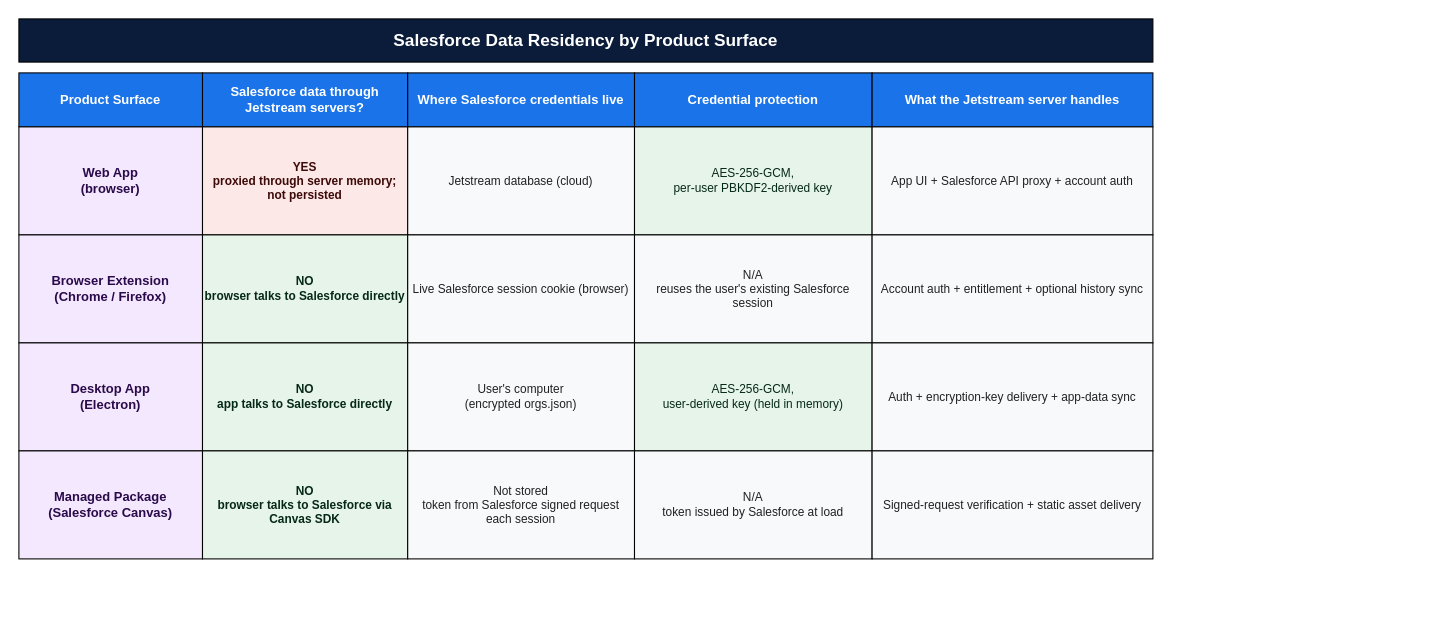
Earlier version of the draw.io diagram docs/security/data-flow-diagrams/01-data-residency.drawio (jetstreamapp/jetstream). Source tidied: cells renumbered, new cells numbered last; positions are measured from the earlier drawing's top-left corner, leaving out a move shared by most shapes. Both pictures are drawn from the tidied source at 108%, with x=0, y=0 at pixel (18, 18).
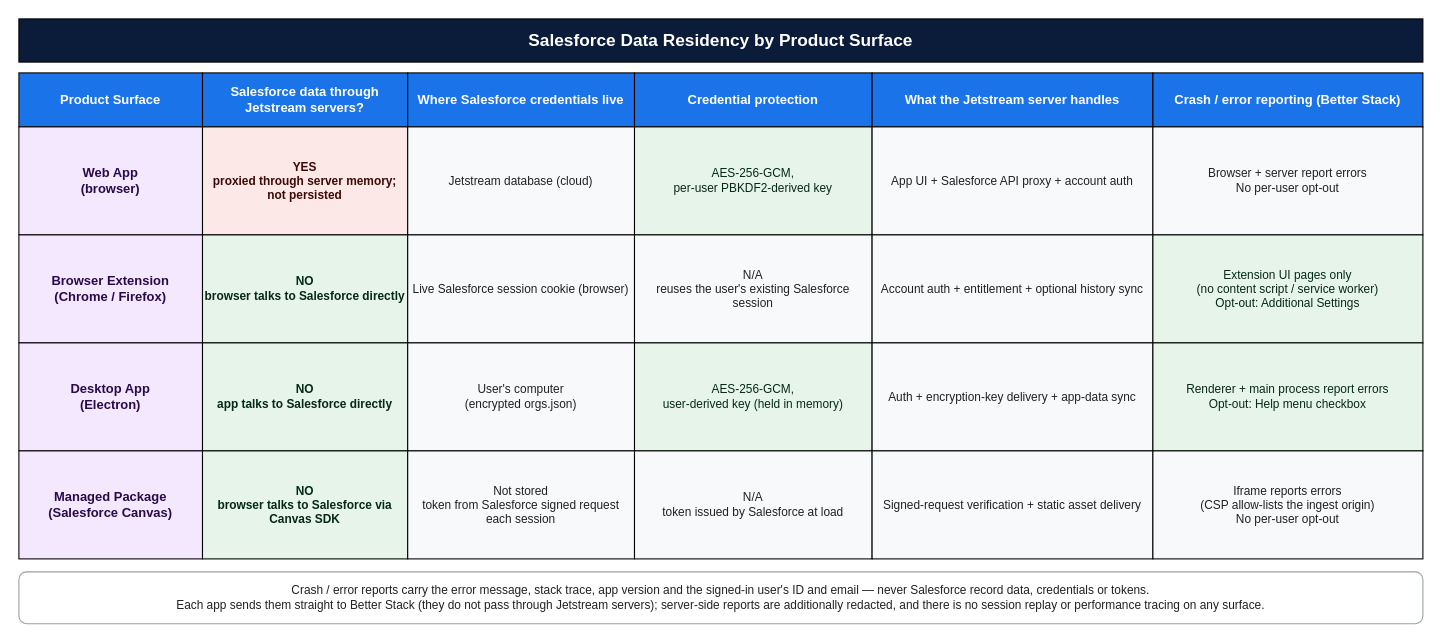
After the change.

Diff of the diagram source:
```diff
@@
     <mxCell id="2" value="Salesforce Data Residency by Product Surface" style="rounded=0;whiteSpace=wrap;html=1;fillColor=#0b1b3a;fontColor=#ffffff;fontStyle=1;fontSize=16;verticalAlign=middle;align=center;" parent="1" vertex="1">
-      <mxGeometry width="1050" height="40" as="geometry" />
+      <mxGeometry width="1300" height="40" as="geometry" />
     </mxCell>
@@
+    <mxCell id="28" value="Crash / error reporting (Better Stack)" style="rounded=0;whiteSpace=wrap;html=1;fillColor=#1a73e8;fontColor=#ffffff;fontStyle=1;fontSize=12;align=center;" parent="1" vertex="1">
+      <mxGeometry x="1050" y="50" width="250" height="50" as="geometry" />
+    </mxCell>
@@
+    <mxCell id="29" value="Browser + server report errors&#10;No per-user opt-out" style="rounded=0;whiteSpace=wrap;html=1;fillColor=#f8f9fa;fontColor=#202124;fontSize=11;align=center;" parent="1" vertex="1">
+      <mxGeometry x="1050" y="100" width="250" height="100" as="geometry" />
+    </mxCell>
@@
+    <mxCell id="30" value="Extension UI pages only&#10;(no content script / service worker)&#10;Opt-out: Additional Settings" style="rounded=0;whiteSpace=wrap;html=1;fillColor=#e6f4ea;fontColor=#062916;fontSize=11;align=center;" parent="1" vertex="1">
+      <mxGeometry x="1050" y="200" width="250" height="100" as="geometry" />
+    </mxCell>
@@
+    <mxCell id="31" value="Renderer + main process report errors&#10;Opt-out: Help menu checkbox" style="rounded=0;whiteSpace=wrap;html=1;fillColor=#e6f4ea;fontColor=#062916;fontSize=11;align=center;" parent="1" vertex="1">
+      <mxGeometry x="1050" y="300" width="250" height="100" as="geometry" />
+    </mxCell>
@@
+    <mxCell id="32" value="Iframe reports errors&#10;(CSP allow-lists the ingest origin)&#10;No per-user opt-out" style="rounded=0;whiteSpace=wrap;html=1;fillColor=#f8f9fa;fontColor=#202124;fontSize=11;align=center;" parent="1" vertex="1">
+      <mxGeometry x="1050" y="400" width="250" height="100" as="geometry" />
+    </mxCell>
+    <mxCell id="33" value="Crash / error reports carry the error message, stack trace, app version and the signed-in user's ID and email — never Salesforce record data, credentials or tokens.&#10;Each app sends them straight to Better Stack (they do not pass through Jetstream servers); server-side reports are additionally redacted, and there is no session replay or performance tracing on any surface." style="rounded=1;whiteSpace=wrap;html=1;fillColor=#ffffff;strokeColor=#9aa0a6;fontColor=#202124;fontSize=11;align=center;verticalAlign=middle;" parent="1" vertex="1">
+      <mxGeometry y="512" width="1300" height="48" as="geometry" />
+    </mxCell>
```
